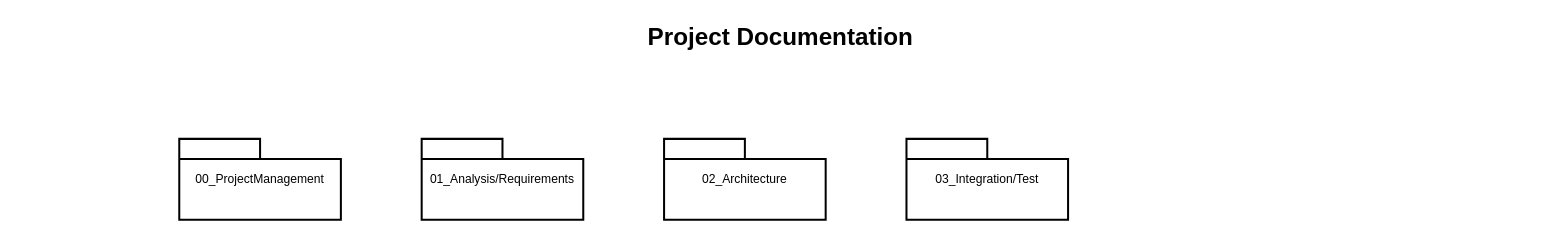
Before: page "00_ProjectManagement" (1 of 4) of doc/Context_Analysis.drawio in DedeHa/TimeSheet, a draw.io diagram. Source tidied: cells renumbered, new cells numbered last; positions are measured from the earlier drawing's top-left corner, leaving out a move shared by most shapes. Both pictures are drawn from the tidied source at 101%, with x=0, y=0 at pixel (17, 17).
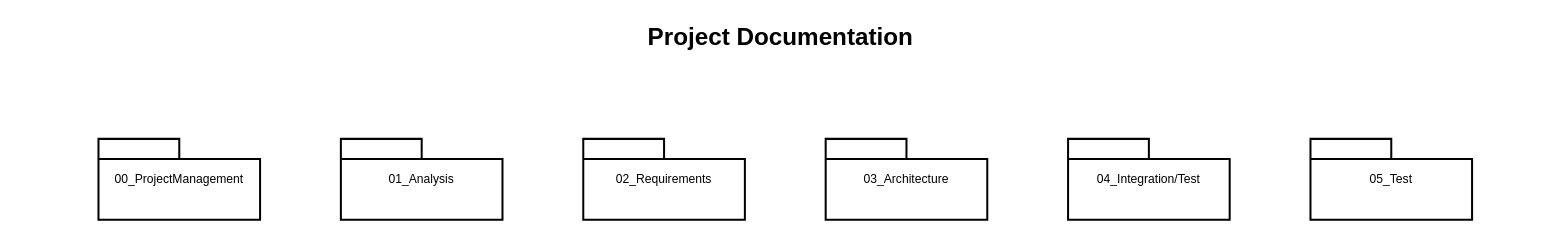
Above is the later version.

Commit message (it also covers changes not shown here):
TIME-4-INF|Update Analysis

The edit, as a diff of the source:
```diff
@@
 <mxGraphModel>
   <root>
     <mxCell id="0" />
     <mxCell id="1" parent="0" />
     <mxCell id="2" value="Project Documentation" style="text;strokeColor=none;fillColor=none;html=1;fontSize=24;fontStyle=1;verticalAlign=middle;align=center;" parent="1" vertex="1">
       <mxGeometry width="1510" height="40" as="geometry" />
     </mxCell>
     <mxCell id="3" value="00_ProjectManagement" style="shape=folder;tabWidth=80;tabHeight=20;tabPosition=left;strokeWidth=2;html=1;whiteSpace=wrap;align=center;" parent="1" vertex="1">
-      <mxGeometry x="160" y="120" width="160" height="80" as="geometry" />
+      <mxGeometry x="80" y="120" width="160" height="80" as="geometry" />
     </mxCell>
-    <mxCell id="4" value="01_Analysis/Requirements" style="shape=folder;tabWidth=80;tabHeight=20;tabPosition=left;strokeWidth=2;html=1;whiteSpace=wrap;align=center;" parent="1" vertex="1">
-      <mxGeometry x="400" y="120" width="160" height="80" as="geometry" />
+    <mxCell id="4" value="01_Analysis" style="shape=folder;tabWidth=80;tabHeight=20;tabPosition=left;strokeWidth=2;html=1;whiteSpace=wrap;align=center;" parent="1" vertex="1">
+      <mxGeometry x="320" y="120" width="160" height="80" as="geometry" />
     </mxCell>
-    <mxCell id="5" value="02_Architecture" style="shape=folder;tabWidth=80;tabHeight=20;tabPosition=left;strokeWidth=2;html=1;whiteSpace=wrap;align=center;" parent="1" vertex="1">
-      <mxGeometry x="640" y="120" width="160" height="80" as="geometry" />
+    <mxCell id="5" value="03_Architecture" style="shape=folder;tabWidth=80;tabHeight=20;tabPosition=left;strokeWidth=2;html=1;whiteSpace=wrap;align=center;" parent="1" vertex="1">
+      <mxGeometry x="800" y="120" width="160" height="80" as="geometry" />
     </mxCell>
-    <mxCell id="6" value="03_Integration/Test" style="shape=folder;tabWidth=80;tabHeight=20;tabPosition=left;strokeWidth=2;html=1;whiteSpace=wrap;align=center;" parent="1" vertex="1">
-      <mxGeometry x="880" y="120" width="160" height="80" as="geometry" />
+    <mxCell id="6" value="04_Integration/Test" style="shape=folder;tabWidth=80;tabHeight=20;tabPosition=left;strokeWidth=2;html=1;whiteSpace=wrap;align=center;" parent="1" vertex="1">
+      <mxGeometry x="1040" y="120" width="160" height="80" as="geometry" />
     </mxCell>
+    <mxCell id="7" value="02_Requirements" style="shape=folder;tabWidth=80;tabHeight=20;tabPosition=left;strokeWidth=2;html=1;whiteSpace=wrap;align=center;" parent="1" vertex="1">
+      <mxGeometry x="560" y="120" width="160" height="80" as="geometry" />
+    </mxCell>
+    <mxCell id="8" value="05_Test" style="shape=folder;tabWidth=80;tabHeight=20;tabPosition=left;strokeWidth=2;html=1;whiteSpace=wrap;align=center;" parent="1" vertex="1">
+      <mxGeometry x="1280" y="120" width="160" height="80" as="geometry" />
+    </mxCell>
   </root>
 </mxGraphModel>
```
